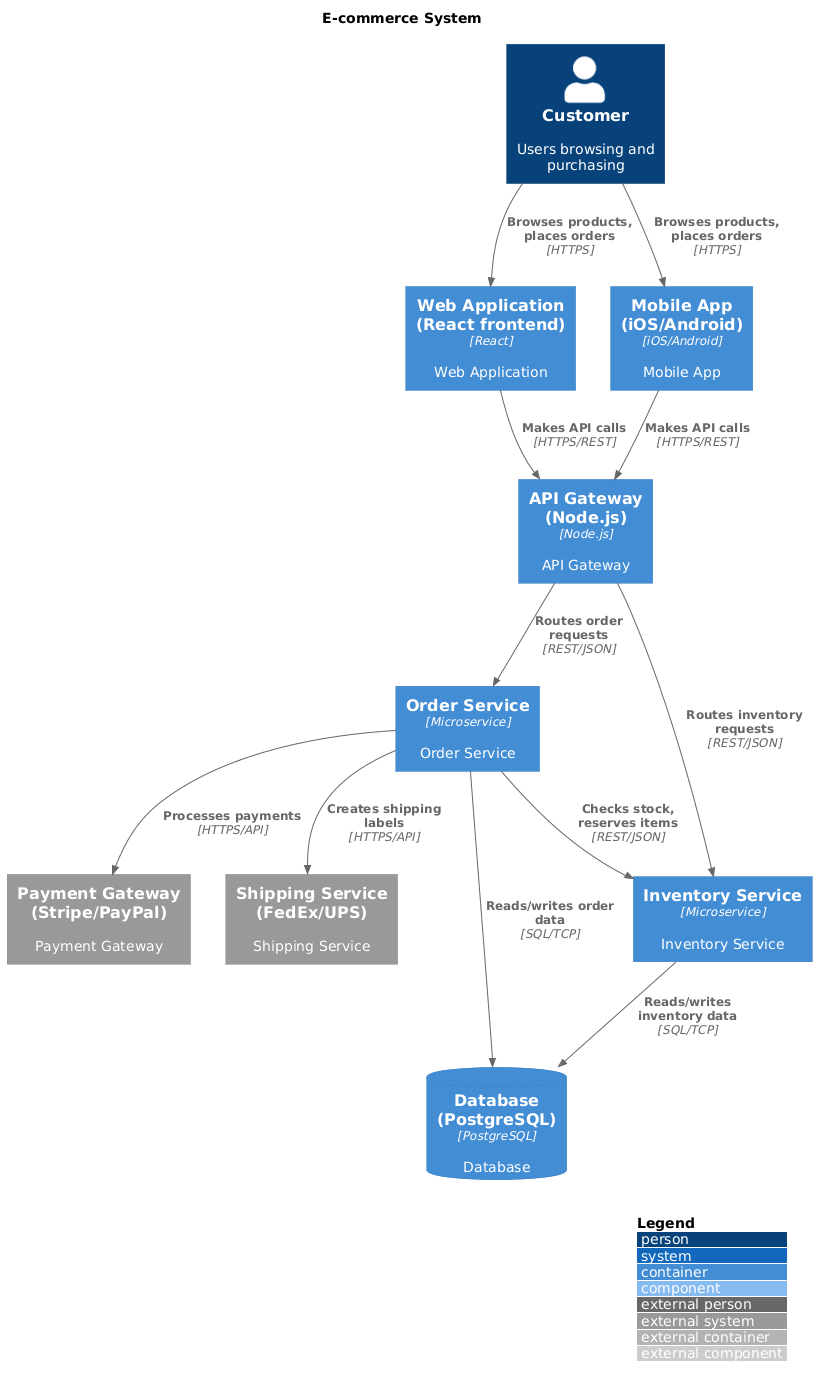
The PlantUML diagram examples/generated/example_c4_context.png in lukaszzychal/mcp-doc-generator, before a commit.
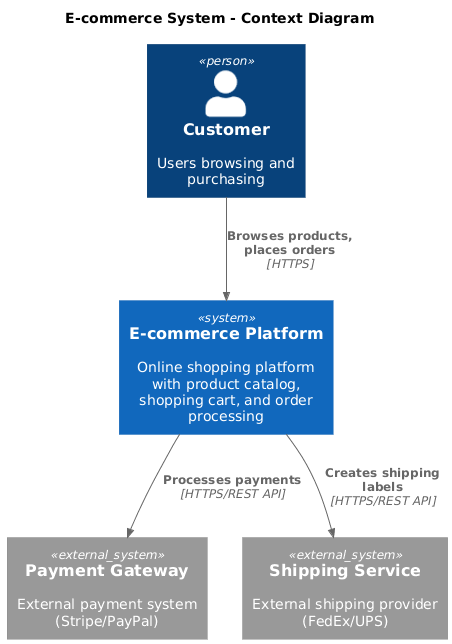
The same diagram one commit later.

Commit message:
Fix C4 Context diagram to show system as single block

Change to the diagram source:
```diff
@@ -1,32 +1,15 @@
 @startuml
 !include https://raw.githubusercontent.com/plantuml-stdlib/C4-PlantUML/master/C4_Context.puml
-!include https://raw.githubusercontent.com/plantuml-stdlib/C4-PlantUML/master/C4_Container.puml
-!include https://raw.githubusercontent.com/plantuml-stdlib/C4-PlantUML/master/C4_Component.puml
-!include https://raw.githubusercontent.com/plantuml-stdlib/C4-PlantUML/master/C4_Component.puml
-
-LAYOUT_WITH_LEGEND()
-
-title E-commerce System
+title E-commerce System - Context Diagram
 
 Person(customer, "Customer", "Users browsing and purchasing")
-System_Ext(payment, "Payment Gateway (Stripe/PayPal)", "Payment Gateway")
-System_Ext(shipping, "Shipping Service (FedEx/UPS)", "Shipping Service")
-Container(webapp, "Web Application (React frontend)", "React", "Web Application")
-Container(mobile, "Mobile App (iOS/Android)", "iOS/Android", "Mobile App")
-Container(api, "API Gateway (Node.js)", "Node.js", "API Gateway")
-Container(orders, "Order Service", "Microservice", "Order Service")
-Container(inventory, "Inventory Service", "Microservice", "Inventory Service")
-ContainerDb(db, "Database (PostgreSQL)", "PostgreSQL", "Database")
 
-Rel(customer, webapp, "Browses products, places orders", "HTTPS")
-Rel(customer, mobile, "Browses products, places orders", "HTTPS")
-Rel(webapp, api, "Makes API calls", "HTTPS/REST")
-Rel(mobile, api, "Makes API calls", "HTTPS/REST")
-Rel(api, orders, "Routes order requests", "REST/JSON")
-Rel(api, inventory, "Routes inventory requests", "REST/JSON")
-Rel(orders, db, "Reads/writes order data", "SQL/TCP")
-Rel(inventory, db, "Reads/writes inventory data", "SQL/TCP")
-Rel(orders, payment, "Processes payments", "HTTPS/API")
-Rel(orders, shipping, "Creates shipping labels", "HTTPS/API")
-Rel(orders, inventory, "Checks stock, reserves items", "REST/JSON")
+System(ecommerce, "E-commerce Platform", "Online shopping platform with product catalog, shopping cart, and order processing")
+
+System_Ext(payment, "Payment Gateway", "External payment system (Stripe/PayPal)")
+System_Ext(shipping, "Shipping Service", "External shipping provider (FedEx/UPS)")
+
+Rel(customer, ecommerce, "Browses products, places orders", "HTTPS")
+Rel(ecommerce, payment, "Processes payments", "HTTPS/REST API")
+Rel(ecommerce, shipping, "Creates shipping labels", "HTTPS/REST API")
 @enduml
```
